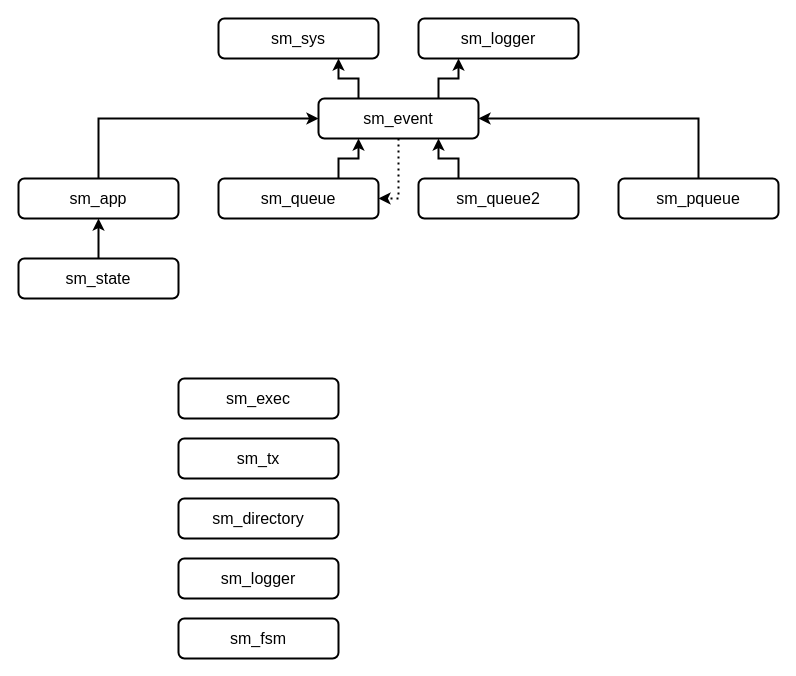
Earlier version of the draw.io diagram doc/sm_classes.drawio (anton-68/sm.exec). Source tidied: cells renumbered, new cells numbered last; positions are measured from the earlier drawing's top-left corner, leaving out a move shared by most shapes. Both pictures are drawn from the tidied source at 100%, with x=0, y=0 at pixel (18, 18).
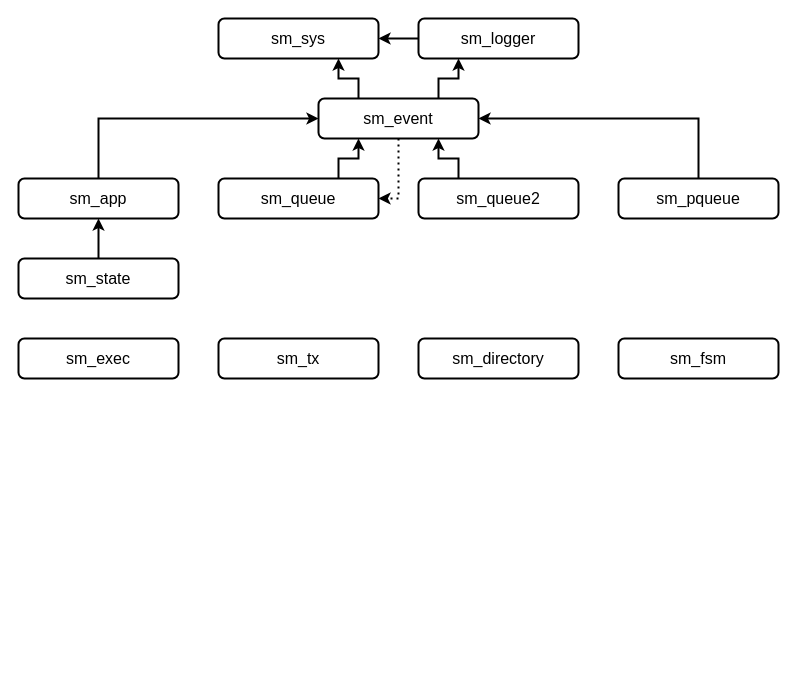
The same page after the edit.

Unchanged cells that the change refers to:
```xml
<mxCell id="6" value="sm_logger" style="rounded=1;whiteSpace=wrap;html=1;strokeWidth=2;fontSize=16;" parent="1" vertex="1">
  <mxGeometry x="400" width="160" height="40" as="geometry" />
</mxCell>
<mxCell id="19" value="sm_sys" style="rounded=1;whiteSpace=wrap;html=1;strokeWidth=2;fontSize=16;" parent="1" vertex="1">
  <mxGeometry x="200" width="160" height="40" as="geometry" />
</mxCell>
```

Change to the diagram source:
```diff
@@
     <mxCell id="2" value="sm_tx" style="rounded=1;whiteSpace=wrap;html=1;strokeWidth=2;fontSize=16;" parent="1" vertex="1">
-      <mxGeometry x="160" y="420" width="160" height="40" as="geometry" />
+      <mxGeometry x="200" y="320" width="160" height="40" as="geometry" />
     </mxCell>
     <mxCell id="3" value="sm_exec" style="rounded=1;whiteSpace=wrap;html=1;strokeWidth=2;fontSize=16;" parent="1" vertex="1">
-      <mxGeometry x="160" y="360" width="160" height="40" as="geometry" />
+      <mxGeometry y="320" width="160" height="40" as="geometry" />
     </mxCell>
@@
+    <mxCell id="23" style="edgeStyle=orthogonalEdgeStyle;rounded=0;jettySize=auto;html=1;strokeWidth=2;" parent="1" edge="1" source="6" target="19">
+      <mxGeometry relative="1" as="geometry" />
+    </mxCell>
@@
     <mxCell id="20" value="sm_directory" style="rounded=1;whiteSpace=wrap;html=1;strokeWidth=2;fontSize=16;" parent="1" vertex="1">
-      <mxGeometry x="160" y="480" width="160" height="40" as="geometry" />
+      <mxGeometry x="400" y="320" width="160" height="40" as="geometry" />
     </mxCell>
-    <mxCell id="21" value="sm_logger" style="rounded=1;whiteSpace=wrap;html=1;strokeWidth=2;fontSize=16;" parent="1" vertex="1">
-      <mxGeometry x="160" y="540" width="160" height="40" as="geometry" />
-    </mxCell>
     <mxCell id="22" value="sm_fsm" style="rounded=1;whiteSpace=wrap;html=1;strokeWidth=2;fontSize=16;" parent="1" vertex="1">
-      <mxGeometry x="160" y="600" width="160" height="40" as="geometry" />
+      <mxGeometry x="600" y="320" width="160" height="40" as="geometry" />
     </mxCell>
```
